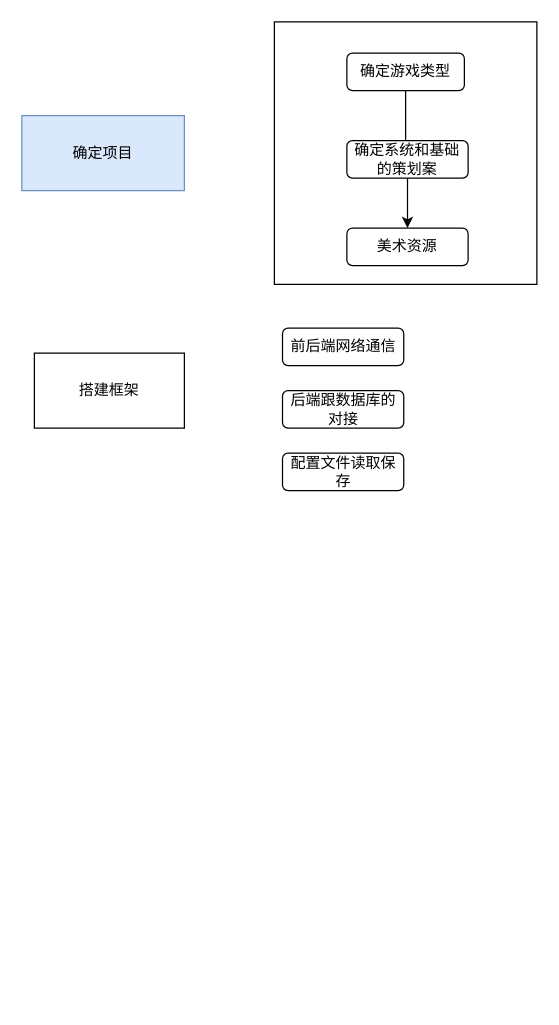
This is 未命名绘图.drawio from srcsereach/DrawIOStore, a draw.io file, before an edit. Source tidied: cells renumbered, new cells numbered last; positions are measured from the earlier drawing's top-left corner, leaving out a move shared by most shapes. Both pictures are drawn from the tidied source at 125%, with x=0, y=0 at pixel (21, 21).
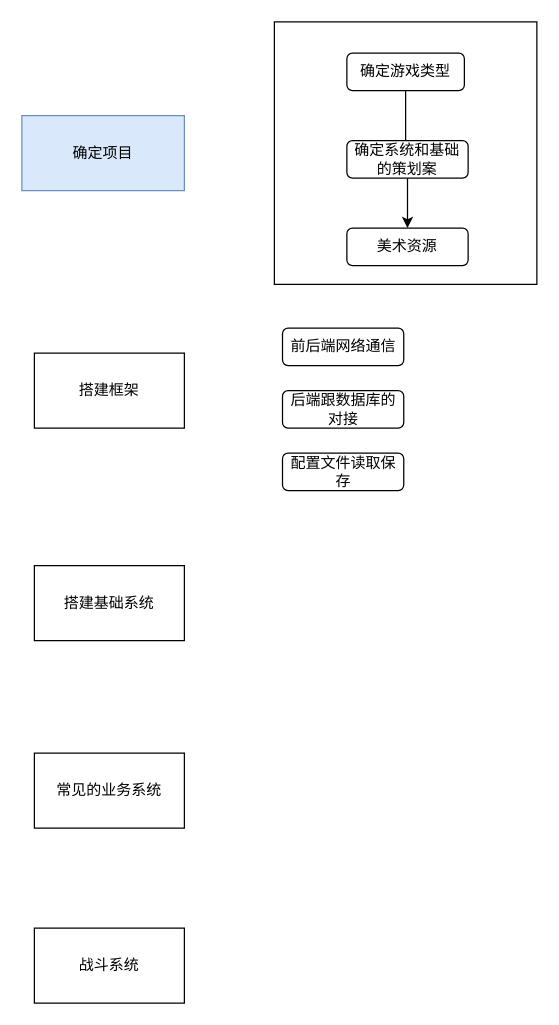
The same diagram, later.

Commit message:
更新未命名绘图.drawio

The edit, as a diff of the source:
```diff
@@
 <mxGraphModel>
   <root>
     <mxCell id="0" />
     <mxCell id="1" parent="0" />
     <mxCell id="2" style="whiteSpace=wrap;html=1;" parent="1" vertex="1">
       <mxGeometry x="202" width="210" height="210" as="geometry" />
     </mxCell>
     <mxCell id="3" value="确定项目" style="rounded=0;whiteSpace=wrap;html=1;fillColor=#dae8fc;strokeColor=#6c8ebf;" parent="1" vertex="1">
       <mxGeometry y="75" width="130" height="60" as="geometry" />
     </mxCell>
     <mxCell id="4" style="edgeStyle=orthogonalEdgeStyle;rounded=0;jettySize=auto;html=1;" parent="1" edge="1" source="5">
       <mxGeometry relative="1" as="geometry">
         <mxPoint x="307" y="105" as="targetPoint" />
       </mxGeometry>
     </mxCell>
     <mxCell id="5" value="确定游戏类型" style="rounded=1;whiteSpace=wrap;html=1;" parent="1" vertex="1">
       <mxGeometry x="260" y="25" width="94" height="30" as="geometry" />
     </mxCell>
     <mxCell id="6" style="edgeStyle=orthogonalEdgeStyle;rounded=0;jettySize=auto;html=1;" parent="1" edge="1" source="7" target="8">
       <mxGeometry relative="1" as="geometry" />
     </mxCell>
     <mxCell id="7" value="确定系统和基础的策划案" style="rounded=1;whiteSpace=wrap;html=1;" parent="1" vertex="1">
       <mxGeometry x="260" y="95" width="97" height="30" as="geometry" />
     </mxCell>
     <mxCell id="8" value="美术资源" style="rounded=1;whiteSpace=wrap;html=1;" parent="1" vertex="1">
       <mxGeometry x="260" y="165" width="97" height="30" as="geometry" />
     </mxCell>
     <mxCell id="9" value="搭建框架" style="rounded=0;whiteSpace=wrap;html=1;" parent="1" vertex="1">
       <mxGeometry x="10" y="265" width="120" height="60" as="geometry" />
     </mxCell>
     <mxCell id="10" value="前后端网络通信" style="rounded=1;whiteSpace=wrap;html=1;" parent="1" vertex="1">
       <mxGeometry x="208.5" y="245" width="97" height="30" as="geometry" />
     </mxCell>
     <mxCell id="11" value="后端跟数据库的对接" style="rounded=1;whiteSpace=wrap;html=1;" parent="1" vertex="1">
       <mxGeometry x="208.5" y="295" width="97" height="30" as="geometry" />
     </mxCell>
     <mxCell id="12" value="配置文件读取保存" style="rounded=1;whiteSpace=wrap;html=1;" parent="1" vertex="1">
       <mxGeometry x="208.5" y="345" width="97" height="30" as="geometry" />
     </mxCell>
+    <mxCell id="13" value="搭建基础系统" style="rounded=0;whiteSpace=wrap;html=1;" parent="1" vertex="1">
+      <mxGeometry x="10" y="435" width="120" height="60" as="geometry" />
+    </mxCell>
+    <mxCell id="14" value="常见的业务系统" style="rounded=0;whiteSpace=wrap;html=1;" parent="1" vertex="1">
+      <mxGeometry x="10" y="585" width="120" height="60" as="geometry" />
+    </mxCell>
+    <mxCell id="15" value="战斗系统" style="rounded=0;whiteSpace=wrap;html=1;" parent="1" vertex="1">
+      <mxGeometry x="10" y="725" width="120" height="60" as="geometry" />
+    </mxCell>
   </root>
 </mxGraphModel>
```
